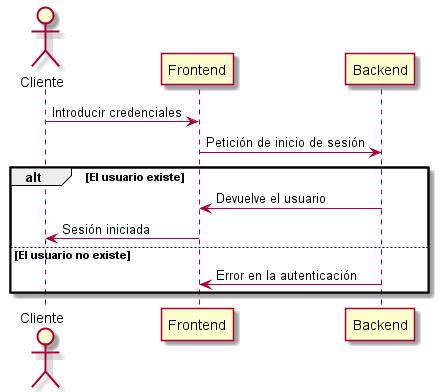
Above: images/Diagrama Inicio de sesión.png in Arquisoft/Arquisoft-dede_es_02b (PlantUML), before the change.
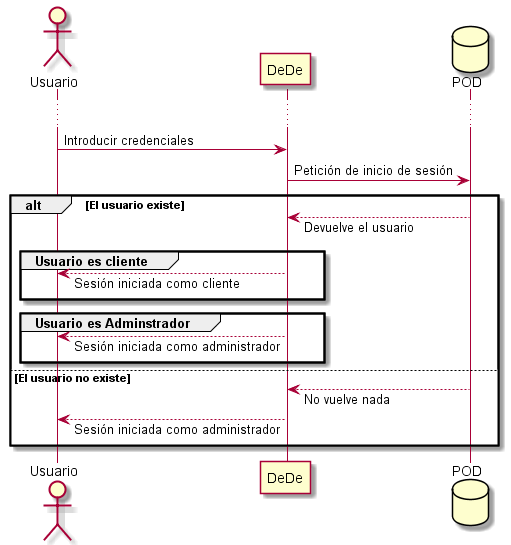
Above is the later version.

The edit, as a diff of the source:
```diff
@@ -1,13 +1,23 @@
 @startuml
-actor Cliente
-participant Frontend
-participant Backend
-Cliente -> Frontend: Introducir credenciales
-Frontend -> Backend: Petición de inicio de sesión
+actor Usuario
+participant DeDe
+database POD
+
+skinparam responseMessageBelowArrow true
+...
+
+Usuario -> DeDe: Introducir credenciales
+DeDe -> POD: Petición de inicio de sesión
 alt El usuario existe
-    Backend -> Frontend: Devuelve el usuario
-    Frontend -> Cliente: Sesión iniciada
+    POD --> DeDe: Devuelve el usuario
+    group Usuario es cliente
+    DeDe --> Usuario: Sesión iniciada como cliente
+    end
+    group Usuario es Adminstrador
+    DeDe --> Usuario: Sesión iniciada como administrador
+    end
 else El usuario no existe
-    Backend -> Frontend: Error en la autenticación
+    POD --> DeDe: No vuelve nada
+    DeDe --> Usuario: Sesión iniciada como administrador
 end
 @enduml
```
